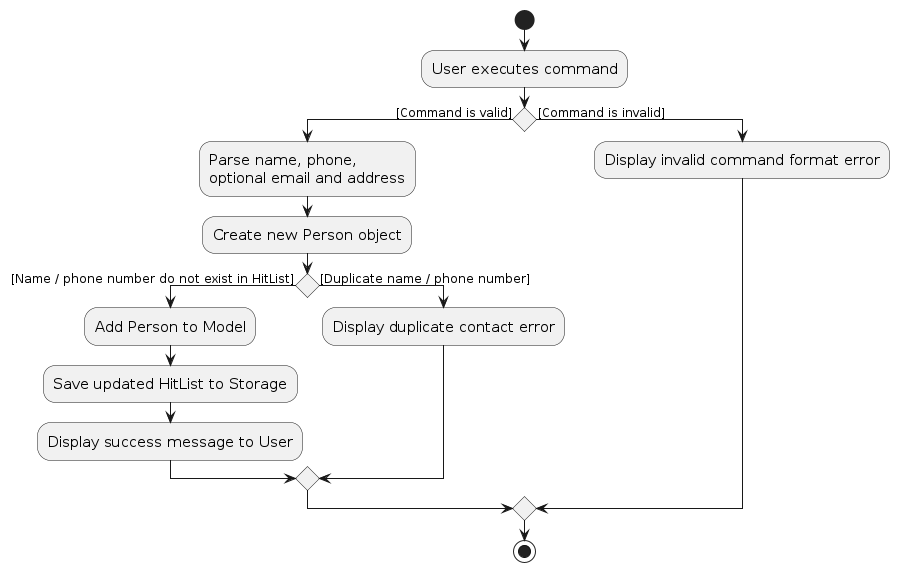
This is diagrams/add-person/PersonAddActivityDiagram.png from AY2526S2-CS2103T-W11-2/tp, a PlantUML export, as it was before one commit. Its source is kept beside it as diagrams/add-person/PersonAddActivityDiagram.puml. The source it was exported from:
```plantuml
@startuml
skinparam ActivityFontSize 15
skinparam ArrowFontSize 12

start
:User executes command;

if () then ([Command is valid])
  :Parse name, phone,\noptional email and address;
  :Create new Person object;
  if () then ([Name / phone number do not exist in HitList])
    :Add Person to Model;
    :Save updated HitList to Storage;
    :Display success message to User;
  else ([Duplicate name / phone number])
    :Display duplicate contact error;
  endif
else ([Command is invalid])
  :Display invalid command format error;
endif

stop
@enduml
```
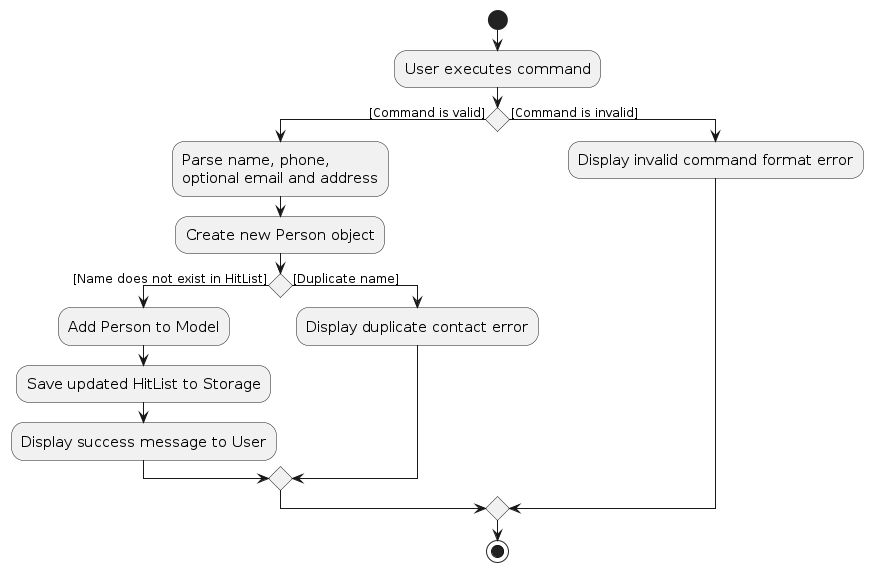
After the commit.

Change to the diagram source:
```diff
@@ -8,11 +8,11 @@
 if () then ([Command is valid])
   :Parse name, phone,\noptional email and address;
   :Create new Person object;
-  if () then ([Name / phone number do not exist in HitList])
+  if () then ([Name does not exist in HitList])
     :Add Person to Model;
     :Save updated HitList to Storage;
     :Display success message to User;
-  else ([Duplicate name / phone number])
+  else ([Duplicate name])
     :Display duplicate contact error;
   endif
 else ([Command is invalid])
```
